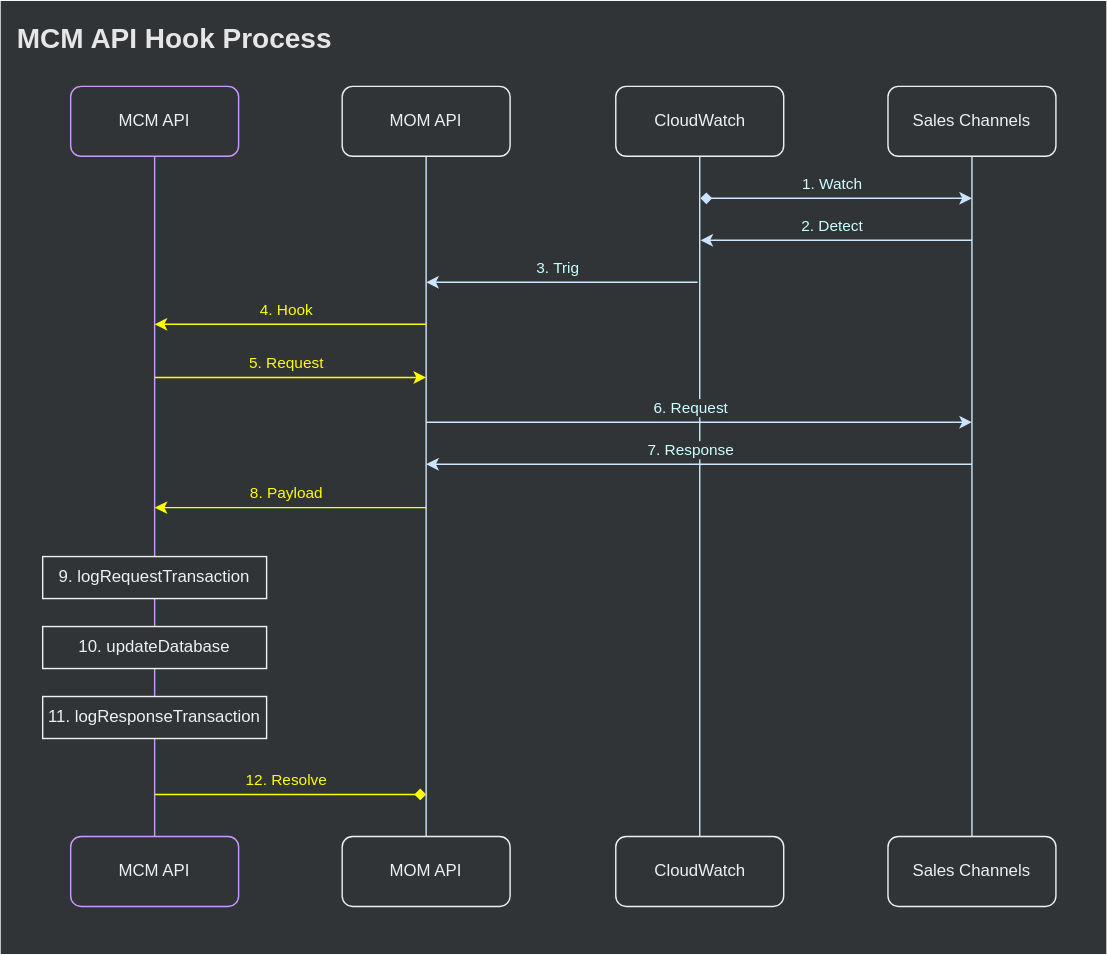
The draw.io diagram assets/.draw.io/documents/geclio2-mcm-hook.svg in jiholee-ntwglobal/jiholee-ntwglobal.github.io, before a commit. Source tidied: cells renumbered, new cells last; positions are measured from the earlier drawing's top-left corner, leaving out a move shared by most shapes.
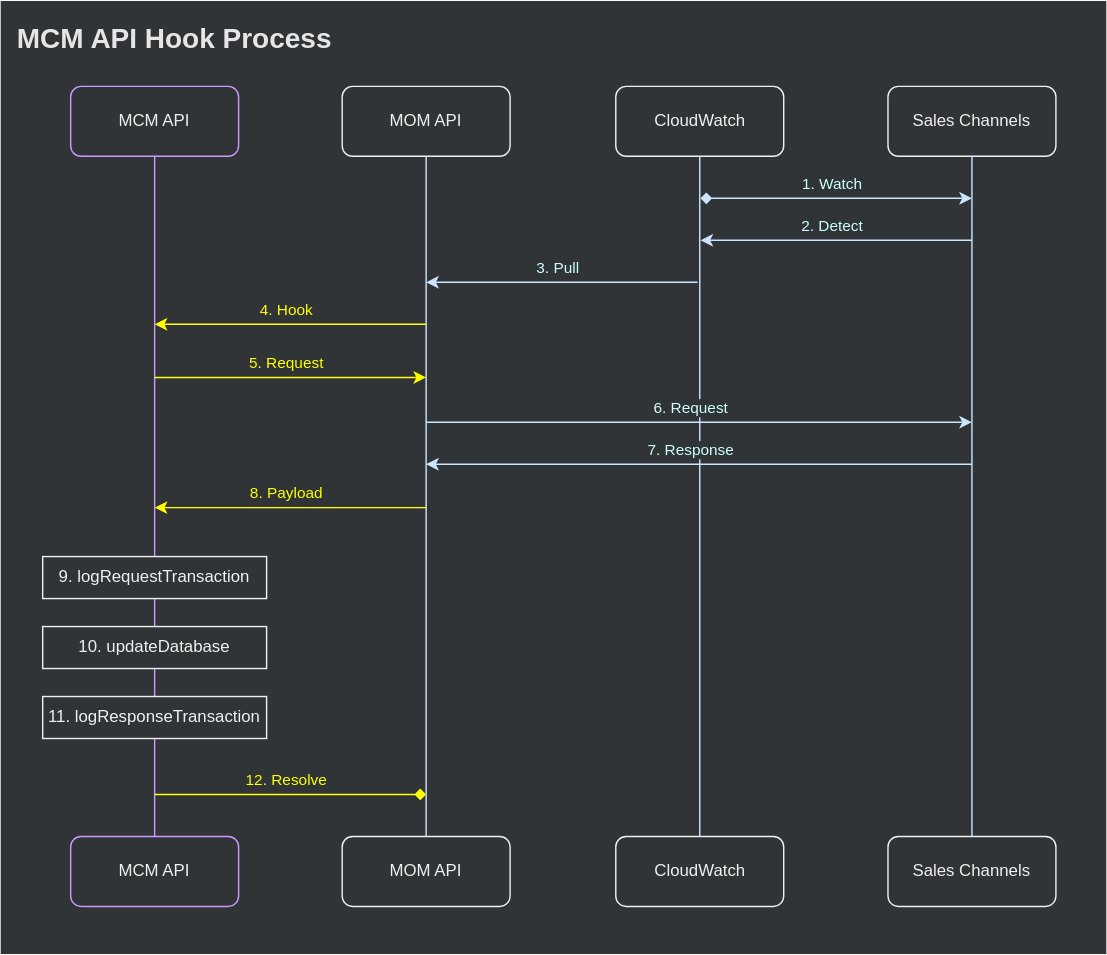
Later version of the same file.

What changed in the source:
```diff
@@ -54,7 +54,7 @@
         <mxPoint x="694" y="171" as="targetPoint" />
       </mxGeometry>
     </mxCell>
-    <mxCell id="18" value="&lt;font color=&quot;#ccffff&quot;&gt;3. Trig&lt;/font&gt;" style="endArrow=none;html=1;strokeColor=#CCE5FF;startArrow=classic;startFill=1;endFill=0;labelBackgroundColor=#303437;" parent="3" edge="1">
+    <mxCell id="18" value="&lt;font color=&quot;#ccffff&quot;&gt;3. Pull&lt;/font&gt;" style="endArrow=none;html=1;strokeColor=#CCE5FF;startArrow=classic;startFill=1;endFill=0;labelBackgroundColor=#303437;" parent="3" edge="1">
       <mxGeometry x="-0.03" y="10" relative="1" as="geometry">
         <mxPoint x="304" y="201" as="sourcePoint" />
         <mxPoint x="498" y="201" as="targetPoint" />
```
